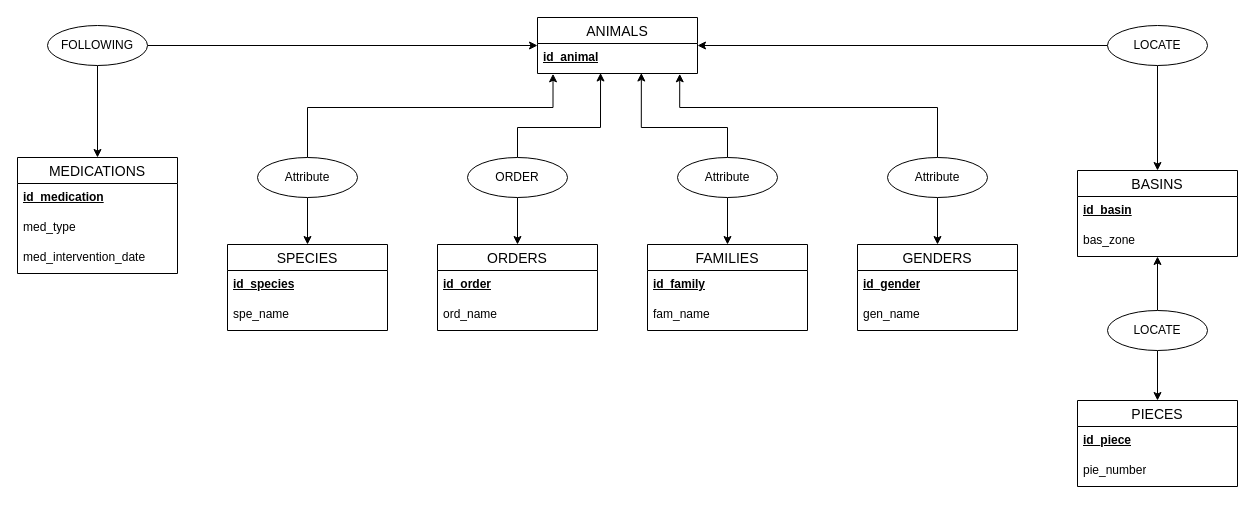
Earlier version of the draw.io diagram page "Ex_3" (3 of 3) of 162_DB/Exercices/MCD/ex_mcd.drawio (C0D3X-25/EPSIC). Source tidied: cells renumbered, new cells numbered last; positions are measured from the earlier drawing's top-left corner, leaving out a move shared by most shapes. Both pictures are drawn from the tidied source at 100%, with x=0, y=0 at pixel (17, 17).
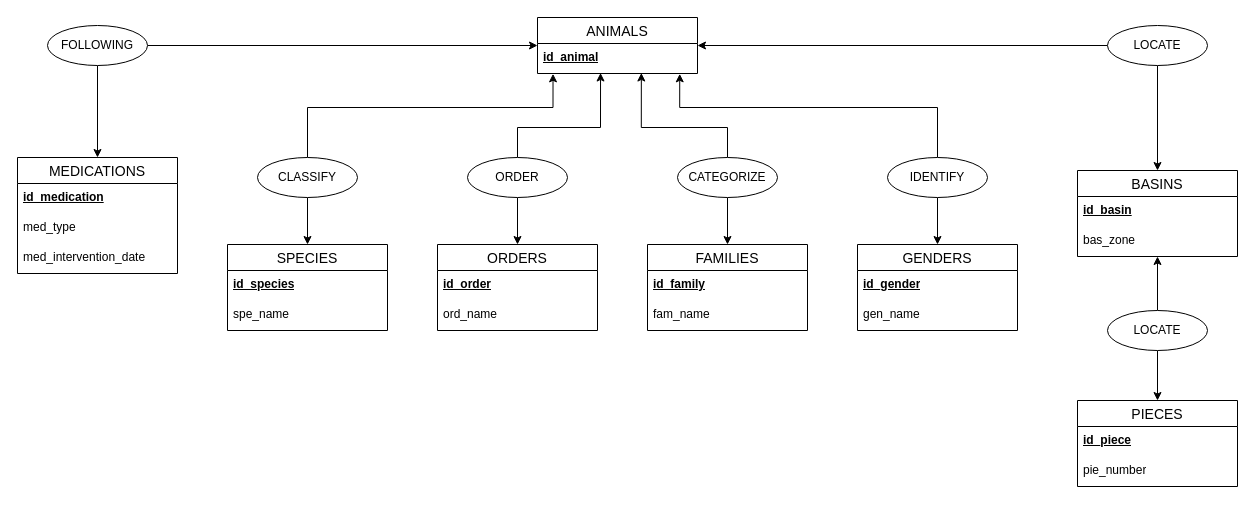
The same diagram, later.

Change to the diagram source:
```diff
@@
-    <mxCell id="34" value="Attribute" style="ellipse;whiteSpace=wrap;html=1;align=center;" parent="1" vertex="1">
+    <mxCell id="34" value="CATEGORIZE" style="ellipse;whiteSpace=wrap;html=1;align=center;" parent="1" vertex="1">
       <mxGeometry x="660" y="140" width="100" height="40" as="geometry" />
     </mxCell>
@@
-    <mxCell id="37" value="Attribute" style="ellipse;whiteSpace=wrap;html=1;align=center;" parent="1" vertex="1">
+    <mxCell id="37" value="IDENTIFY" style="ellipse;whiteSpace=wrap;html=1;align=center;" parent="1" vertex="1">
       <mxGeometry x="870" y="140" width="100" height="40" as="geometry" />
     </mxCell>
@@
-    <mxCell id="40" value="Attribute" style="ellipse;whiteSpace=wrap;html=1;align=center;" parent="1" vertex="1">
+    <mxCell id="40" value="CLASSIFY" style="ellipse;whiteSpace=wrap;html=1;align=center;" parent="1" vertex="1">
       <mxGeometry x="240" y="140" width="100" height="40" as="geometry" />
     </mxCell>
```
